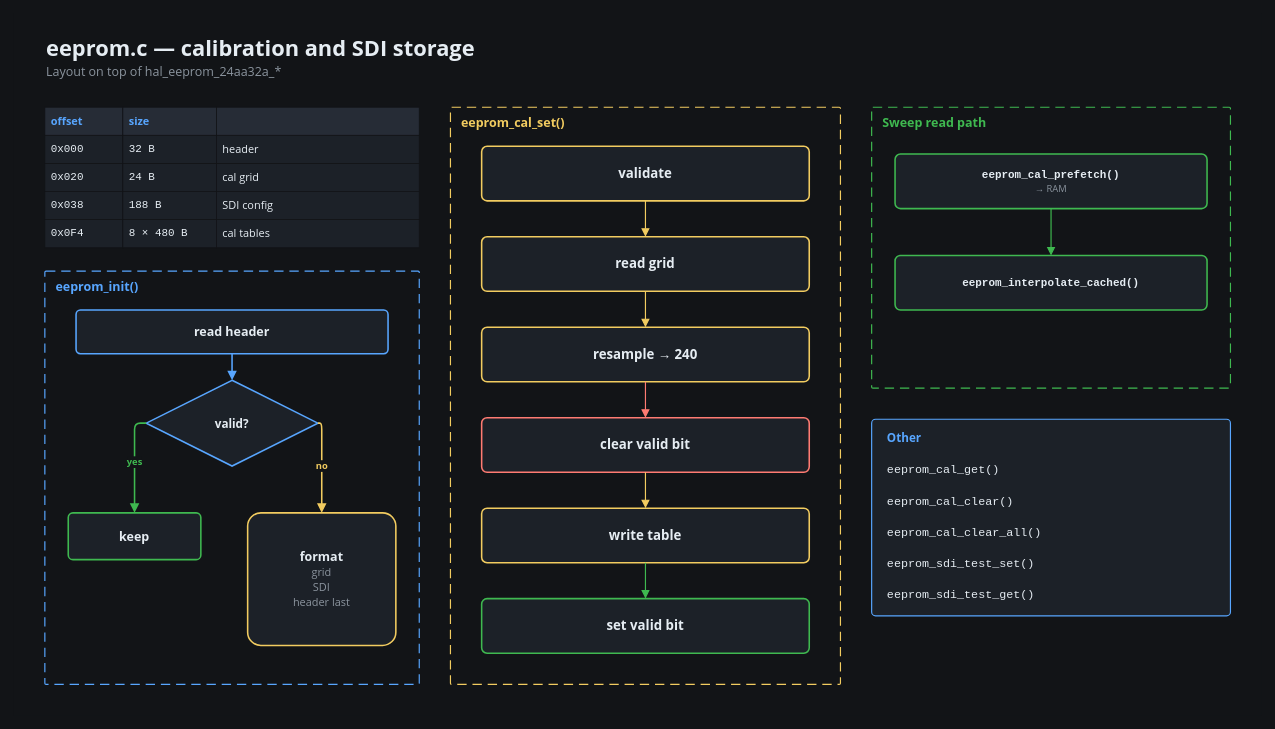
Earlier version of the draw.io diagram docs/presentation/diagrams/code-14-eeprom.drawio (ml3rc/SNA). Source tidied: cells renumbered, new cells numbered last; positions are measured from the earlier drawing's top-left corner, leaving out a move shared by most shapes. Both pictures are drawn from the tidied source at 78%, with x=0, y=0 at pixel (13, 13).
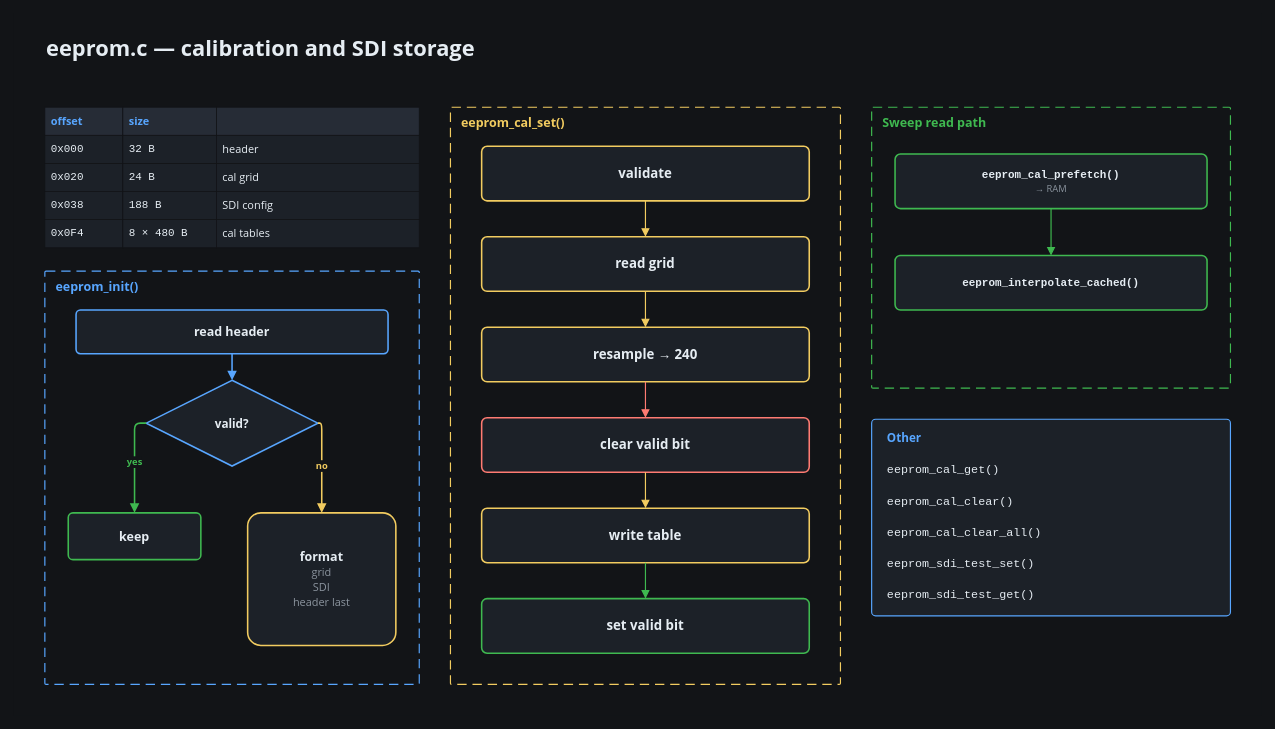
Above is the later version.

Diff of the diagram source:
```diff
@@
-    <mxCell id="7" value="Layout on top of hal_eeprom_24aa32a_*" style="text;html=1;whiteSpace=wrap;strokeColor=none;fillColor=none;fontColor=#8B949E;fontFamily=Segoe UI;fontSize=16;fontStyle=0;align=left;verticalAlign=middle;" parent="1" vertex="1">
-      <mxGeometry x="40" y="62" width="1520" height="26" as="geometry" />
-    </mxCell>
```
